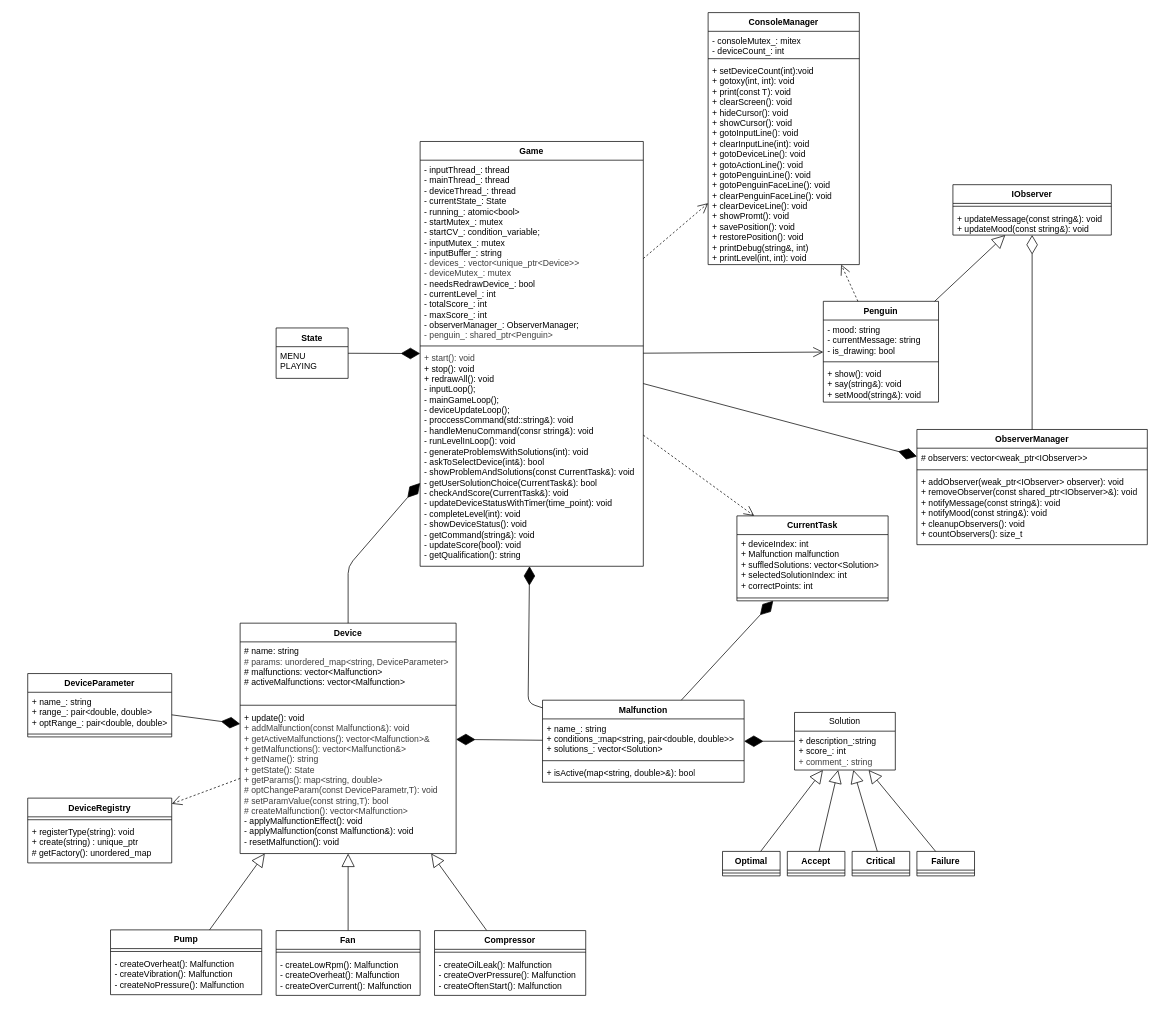
This is docs/diagram.drawio from MARGO0901/otus-finalproject, a draw.io file, before an edit. Source tidied: cells renumbered, new cells numbered last; positions are measured from the earlier drawing's top-left corner, leaving out a move shared by most shapes. Both pictures are drawn from the tidied source at 72%, with x=0, y=0 at pixel (27, 12).
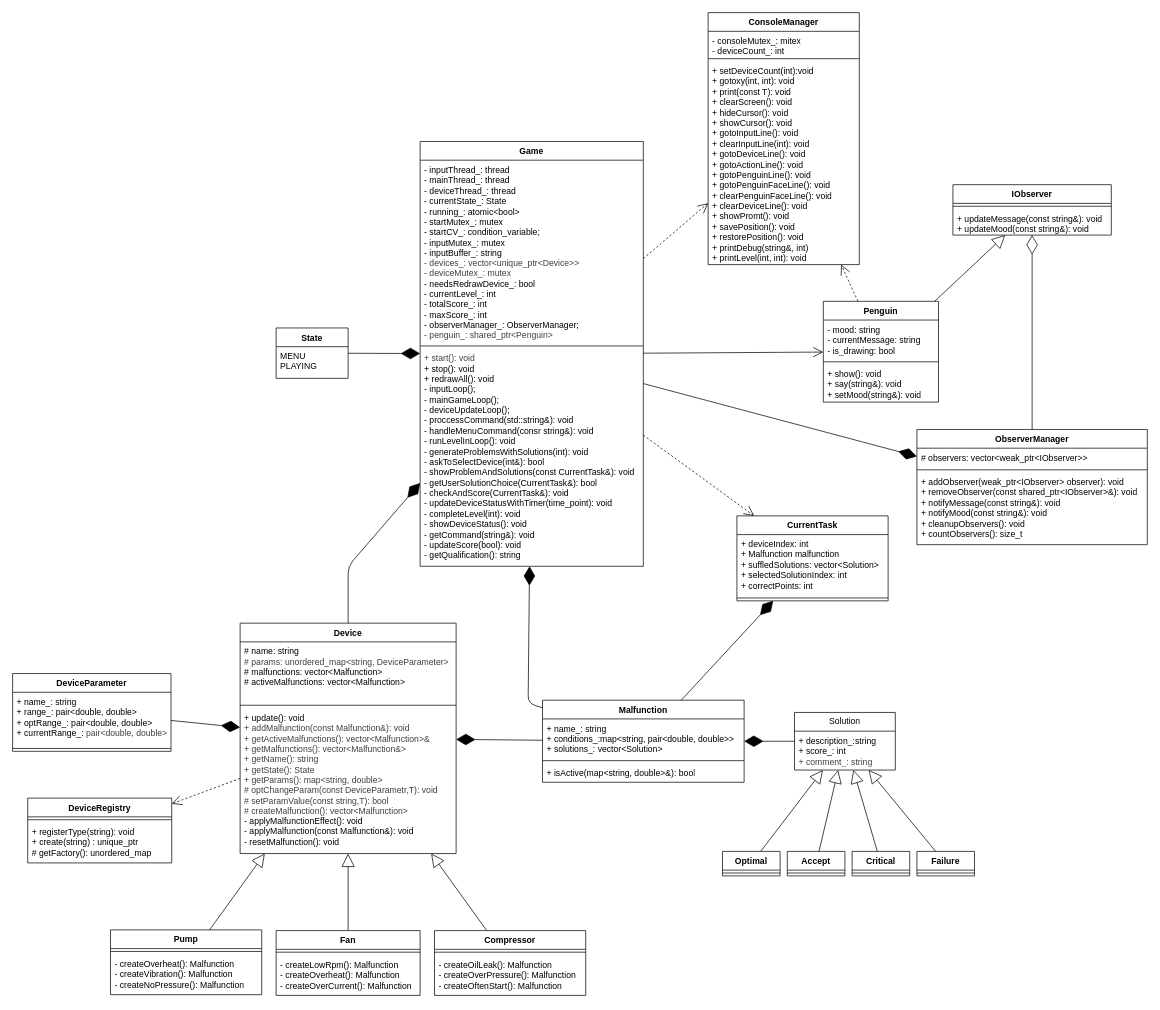
The same page after the edit.

Commit message (it also covers changes not shown here):
Добавлена диаграмма потоков

Diff of the diagram source:
```diff
@@
     <mxCell id="61" value="DeviceParameter" style="swimlane;fontStyle=1;align=center;verticalAlign=top;horizontal=1;startSize=26;whiteSpace=wrap;html=1;" parent="1" vertex="1">
-      <mxGeometry y="918" width="200" height="88" as="geometry" />
+      <mxGeometry x="-21" y="918" width="220" height="108" as="geometry" />
     </mxCell>
-    <mxCell id="62" value="+ name_: string&lt;div&gt;+ range_: pair&amp;lt;double, double&amp;gt;&lt;/div&gt;&lt;div&gt;+ optRange_: pair&amp;lt;double, double&amp;gt;&lt;/div&gt;" style="text;strokeColor=none;fillColor=none;align=left;verticalAlign=top;spacingLeft=4;spacingRight=4;overflow=hidden;whiteSpace=wrap;html=1;" parent="61" vertex="1">
-      <mxGeometry y="26" width="200" height="54" as="geometry" />
+    <mxCell id="62" value="+ name_: string&lt;div&gt;+ range_: pair&amp;lt;double, double&amp;gt;&lt;/div&gt;&lt;div&gt;+ optRange_: pair&amp;lt;double, double&amp;gt;&lt;/div&gt;&lt;div&gt;+ сurrentRange_:&amp;nbsp;&lt;span style=&quot;color: rgb(63, 63, 63); background-color: transparent;&quot;&gt;pair&amp;lt;double, double&amp;gt;&lt;/span&gt;&lt;/div&gt;" style="text;strokeColor=none;fillColor=none;align=left;verticalAlign=top;spacingLeft=4;spacingRight=4;overflow=hidden;whiteSpace=wrap;html=1;" parent="61" vertex="1">
+      <mxGeometry y="26" width="220" height="74" as="geometry" />
     </mxCell>
     <mxCell id="63" style="line;strokeWidth=1;fillColor=none;align=left;verticalAlign=middle;spacingTop=-1;spacingLeft=3;spacingRight=3;labelPosition=right;strokeColor=inherit;" parent="61" vertex="1">
-      <mxGeometry y="80" width="200" height="8" as="geometry" />
+      <mxGeometry y="100" width="220" height="8" as="geometry" />
     </mxCell>
```
